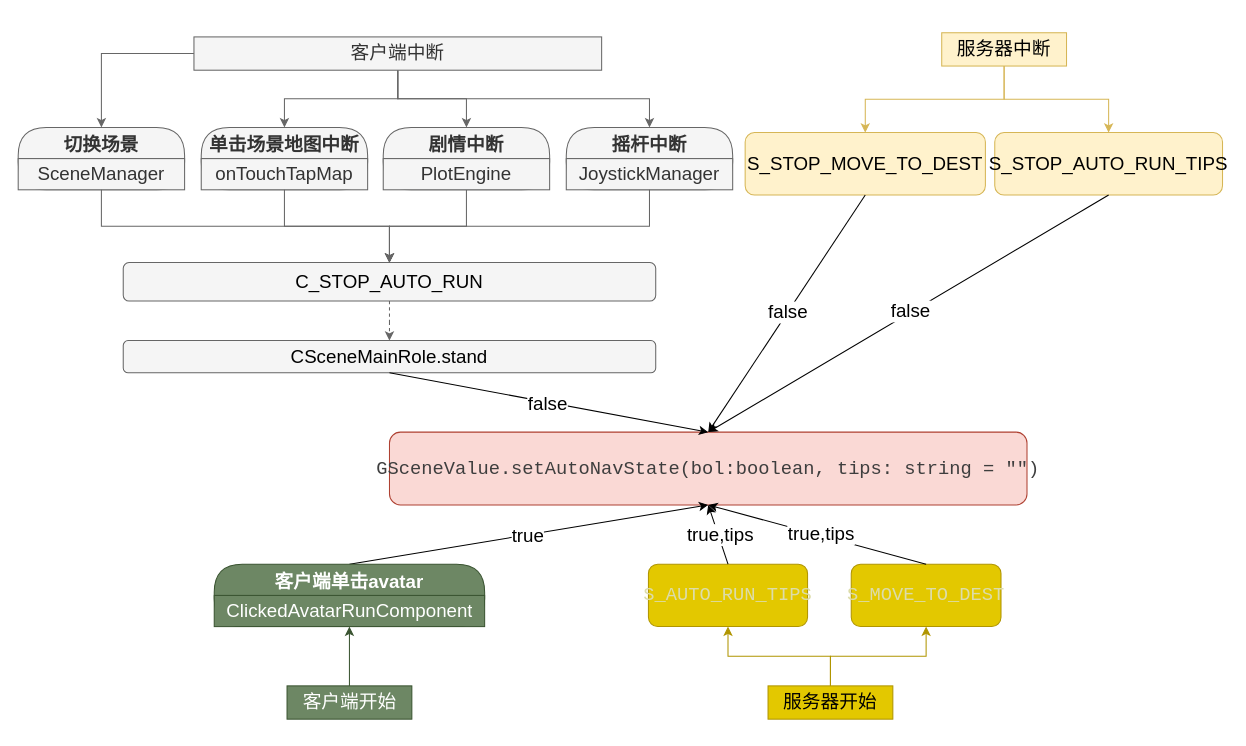
This is G123/g123s2.drawio from breezerzxq/Diagram, a draw.io file, before an edit. Source tidied: cells renumbered, new cells numbered last; positions are measured from the earlier drawing's top-left corner, leaving out a move shared by most shapes. Both pictures are drawn from the tidied source at 104%, with x=0, y=0 at pixel (18, 32).
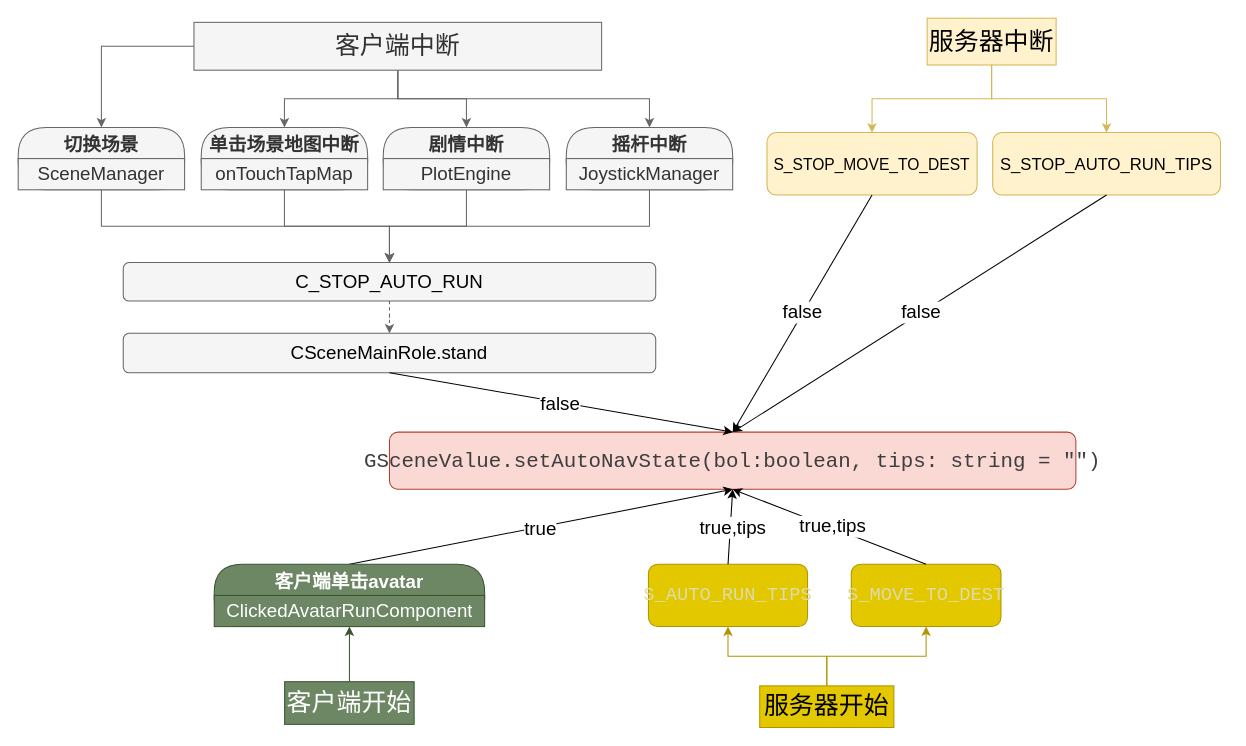
Above is the later version.

Change to the diagram source:
```diff
@@
-    <mxCell id="4" value="S_STOP_MOVE_TO_DEST" style="rounded=1;whiteSpace=wrap;html=1;fillColor=#fff2cc;strokeColor=#d6b656;fontSize=18;" parent="1" vertex="1">
-      <mxGeometry x="699" y="96" width="231" height="60" as="geometry" />
+    <mxCell id="4" value="&lt;font style=&quot;font-size: 15px;&quot;&gt;S_STOP_MOVE_TO_DEST&lt;/font&gt;" style="rounded=1;whiteSpace=wrap;html=1;fillColor=#fff2cc;strokeColor=#d6b656;fontSize=18;" parent="1" vertex="1">
+      <mxGeometry x="720" y="96" width="202" height="60" as="geometry" />
     </mxCell>
-    <mxCell id="5" value="S_STOP_AUTO_RUN_TIPS" style="rounded=1;whiteSpace=wrap;html=1;fillColor=#fff2cc;strokeColor=#d6b656;fontSize=18;" parent="1" vertex="1">
-      <mxGeometry x="939" y="96" width="219" height="60" as="geometry" />
+    <mxCell id="5" value="&lt;font style=&quot;font-size: 16px;&quot;&gt;S_STOP_AUTO_RUN_TIPS&lt;/font&gt;" style="rounded=1;whiteSpace=wrap;html=1;fillColor=#fff2cc;strokeColor=#d6b656;fontSize=18;" parent="1" vertex="1">
+      <mxGeometry x="937" y="96" width="219" height="60" as="geometry" />
     </mxCell>
-    <mxCell id="6" value="&lt;div style=&quot;line-height: 19px; color: rgb(204, 204, 204);&quot;&gt;&lt;font face=&quot;Consolas, Courier New, monospace&quot; color=&quot;#3e3e3e&quot;&gt;&lt;span style=&quot;white-space: pre;&quot;&gt;GSceneValue.setAutoNavState(bol:boolean, tips: string = &quot;&quot;)&lt;/span&gt;&lt;/font&gt;&lt;/div&gt;" style="rounded=1;whiteSpace=wrap;html=1;fillColor=#fad9d5;strokeColor=#ae4132;fontSize=18;" parent="1" vertex="1">
-      <mxGeometry x="357" y="384" width="613" height="70" as="geometry" />
+    <mxCell id="6" value="&lt;div style=&quot;line-height: 19px; color: rgb(204, 204, 204);&quot;&gt;&lt;font style=&quot;font-size: 20px;&quot; face=&quot;Consolas, Courier New, monospace&quot; color=&quot;#3e3e3e&quot;&gt;&lt;span style=&quot;white-space: pre;&quot;&gt;GSceneValue.setAutoNavState(bol:boolean, tips: string = &quot;&quot;)&lt;/span&gt;&lt;/font&gt;&lt;/div&gt;" style="rounded=1;whiteSpace=wrap;html=1;fillColor=#fad9d5;strokeColor=#ae4132;fontSize=18;" parent="1" vertex="1">
+      <mxGeometry x="357" y="384" width="660" height="55" as="geometry" />
     </mxCell>
@@
-    <mxCell id="15" value="服务器中断" style="rounded=0;whiteSpace=wrap;html=1;fillColor=#fff2cc;strokeColor=#d6b656;fontSize=18;" parent="1" vertex="1">
-      <mxGeometry x="888" width="120" height="32" as="geometry" />
+    <mxCell id="15" value="服务器中断" style="rounded=0;whiteSpace=wrap;html=1;fillColor=#fff2cc;strokeColor=#d6b656;fontSize=24;" parent="1" vertex="1">
+      <mxGeometry x="874" y="-14" width="124" height="45" as="geometry" />
     </mxCell>
     <mxCell id="16" value="CSceneMainRole.stand" style="rounded=1;whiteSpace=wrap;html=1;fillColor=#f5f5f5;strokeColor=#666666;fontSize=18;" parent="1" vertex="1">
-      <mxGeometry x="101" y="296" width="512" height="31" as="geometry" />
+      <mxGeometry x="101" y="289" width="512" height="38" as="geometry" />
     </mxCell>
@@
-    <mxCell id="34" value="服务器开始" style="rounded=0;whiteSpace=wrap;html=1;fillColor=#e3c800;fontColor=#000000;strokeColor=#B09500;fontSize=18;" parent="1" vertex="1">
-      <mxGeometry x="721" y="628" width="120" height="32" as="geometry" />
+    <mxCell id="34" value="服务器开始" style="rounded=0;whiteSpace=wrap;html=1;fillColor=#e3c800;fontColor=#000000;strokeColor=#B09500;fontSize=24;" parent="1" vertex="1">
+      <mxGeometry x="713" y="628" width="129" height="40" as="geometry" />
     </mxCell>
@@
-    <mxCell id="36" value="客户端开始" style="rounded=0;whiteSpace=wrap;html=1;fillColor=#6d8764;strokeColor=#3A5431;fontColor=#ffffff;fontSize=18;" parent="1" vertex="1">
-      <mxGeometry x="258.5" y="628" width="120" height="32" as="geometry" />
+    <mxCell id="36" value="客户端开始" style="rounded=0;whiteSpace=wrap;html=1;fillColor=#6d8764;strokeColor=#3A5431;fontColor=#ffffff;fontSize=24;" parent="1" vertex="1">
+      <mxGeometry x="256.2" y="624" width="124.5" height="41" as="geometry" />
     </mxCell>
@@
-    <mxCell id="43" value="客户端中断" style="rounded=0;whiteSpace=wrap;html=1;fillColor=#f5f5f5;fontColor=#333333;strokeColor=#666666;fontSize=18;" parent="1" vertex="1">
-      <mxGeometry x="169" y="4" width="392" height="32" as="geometry" />
+    <mxCell id="43" value="客户端中断" style="rounded=0;whiteSpace=wrap;html=1;fillColor=#f5f5f5;fontColor=#333333;strokeColor=#666666;fontSize=24;" parent="1" vertex="1">
+      <mxGeometry x="169" y="-10" width="392" height="46" as="geometry" />
     </mxCell>
```
